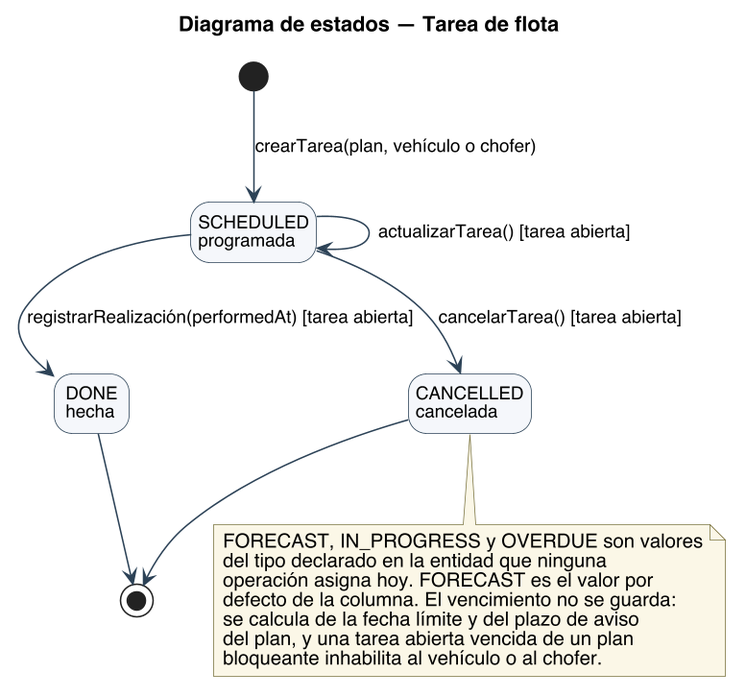
The PlantUML diagram diagramas/uml/UML_Estados_TareaFlota.png in Nahuelito-Dev/splg-docs, before a commit. Its diagram source:
```plantuml
@startuml
title Diagrama de estados — Tarea de flota
skinparam backgroundColor #FFFFFF
skinparam shadowing false
skinparam defaultFontName Helvetica
skinparam defaultFontSize 13
skinparam dpi 150
skinparam ArrowColor #2C4257
skinparam state {
  BorderColor #2C4257
  BackgroundColor #F4F7FA
  StartColor #2C4257
  EndColor #2C4257
  AttributeFontSize 12
}
skinparam ArrowFontSize 12
skinparam NoteBackgroundColor #FBF7E6
skinparam NoteBorderColor #7A7340
hide empty description
state "SCHEDULED\nprogramada" as SCHEDULED
state "DONE\nhecha" as DONE
state "CANCELLED\ncancelada" as CANCELLED

[*] --> SCHEDULED : crearTarea(plan, vehículo o chofer)
SCHEDULED --> SCHEDULED : actualizarTarea() [tarea abierta]
SCHEDULED --> DONE : registrarRealización(performedAt) [tarea abierta]
SCHEDULED --> CANCELLED : cancelarTarea() [tarea abierta]
DONE --> [*]
CANCELLED --> [*]

note bottom of CANCELLED
  FORECAST, IN_PROGRESS y OVERDUE son valores
  del tipo declarado en la entidad que ninguna
  operación asigna hoy. FORECAST es el valor por
  defecto de la columna. El vencimiento no se guarda:
  se calcula de la fecha límite y del plazo de aviso
  del plan, y una tarea abierta vencida de un plan
  bloqueante inhabilita al vehículo o al chofer.
end note
@enduml
```
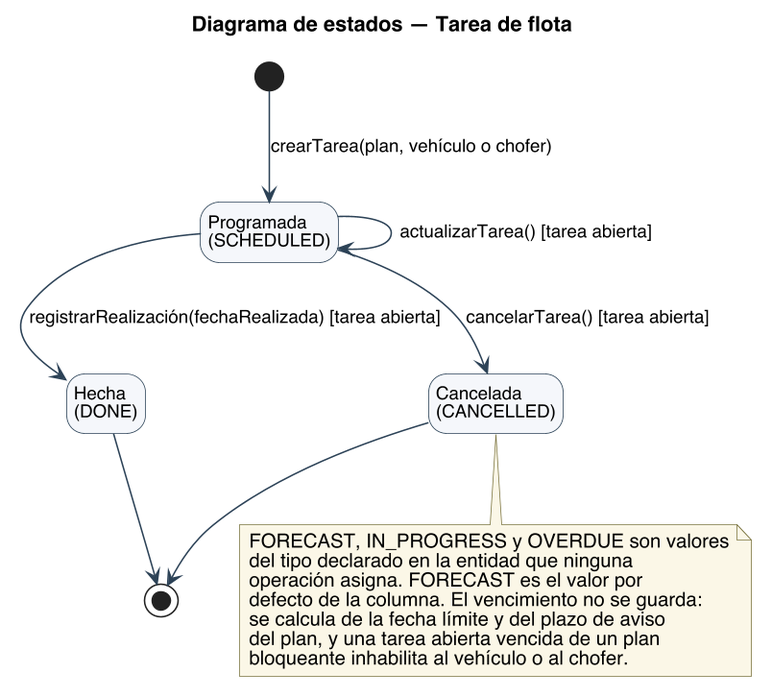
Later version of the same file.

The edit, as a diff of the source:
```diff
@@ -17,13 +17,13 @@
 skinparam NoteBackgroundColor #FBF7E6
 skinparam NoteBorderColor #7A7340
 hide empty description
-state "SCHEDULED\nprogramada" as SCHEDULED
-state "DONE\nhecha" as DONE
-state "CANCELLED\ncancelada" as CANCELLED
+state "Programada\n(SCHEDULED)" as SCHEDULED
+state "Hecha\n(DONE)" as DONE
+state "Cancelada\n(CANCELLED)" as CANCELLED
 
 [*] --> SCHEDULED : crearTarea(plan, vehículo o chofer)
 SCHEDULED --> SCHEDULED : actualizarTarea() [tarea abierta]
-SCHEDULED --> DONE : registrarRealización(performedAt) [tarea abierta]
+SCHEDULED --> DONE : registrarRealización(fechaRealizada) [tarea abierta]
 SCHEDULED --> CANCELLED : cancelarTarea() [tarea abierta]
 DONE --> [*]
 CANCELLED --> [*]
@@ -31,7 +31,7 @@
 note bottom of CANCELLED
   FORECAST, IN_PROGRESS y OVERDUE son valores
   del tipo declarado en la entidad que ninguna
-  operación asigna hoy. FORECAST es el valor por
+  operación asigna. FORECAST es el valor por
   defecto de la columna. El vencimiento no se guarda:
   se calcula de la fecha límite y del plazo de aviso
   del plan, y una tarea abierta vencida de un plan
```
